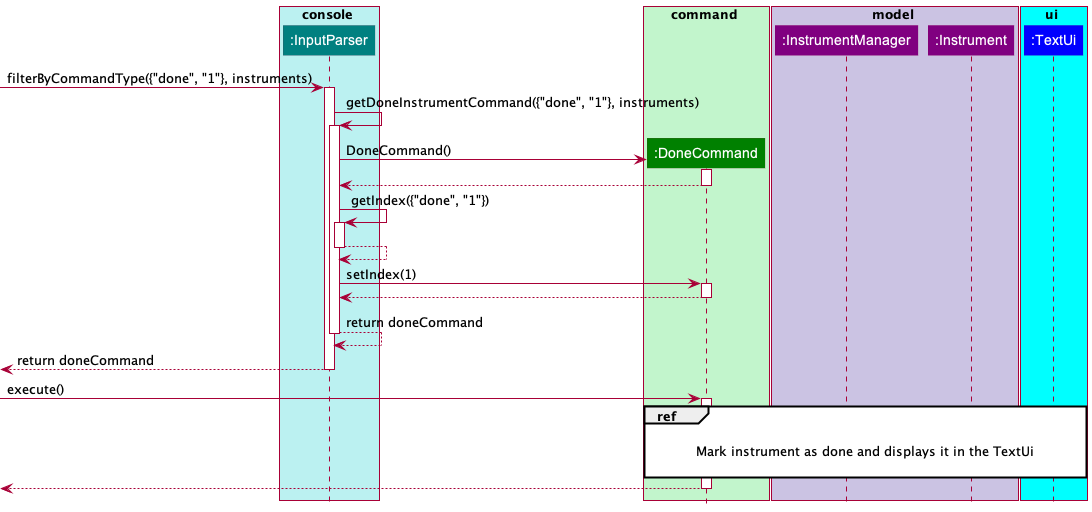
This is docs/images/DoneCryptoSequenceDiagram.png from williamlamjy/mTracker, a PlantUML export, as it was before one commit.
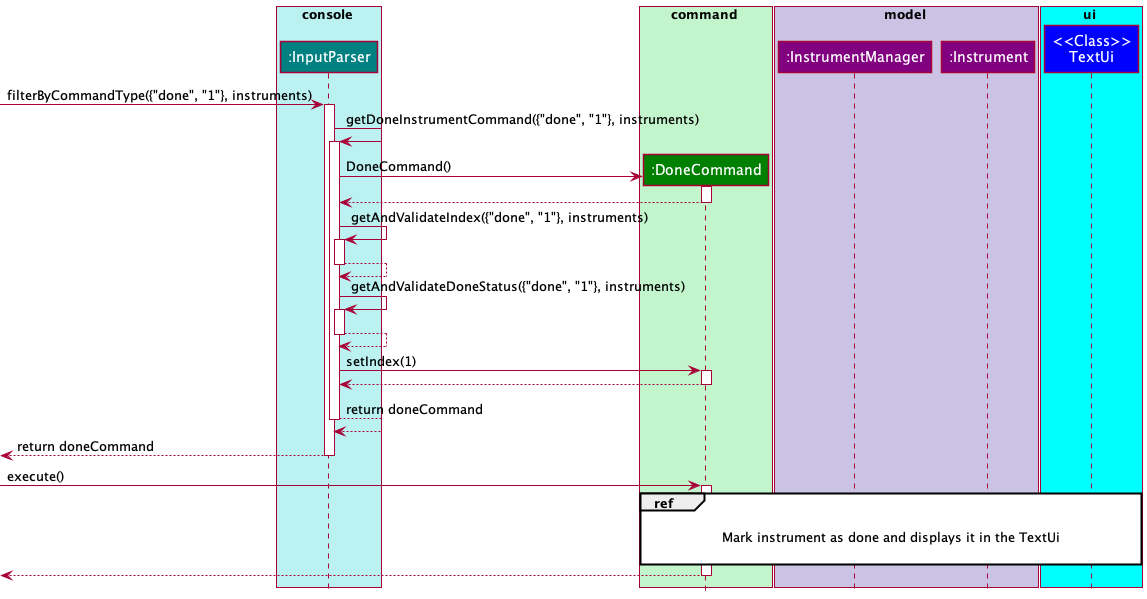
The same file after the commit.

The edit, as a diff of the source:
```diff
@@ -15,7 +15,7 @@
 end box
 
 box ui COLOR_LIGHT_BLUE
-participant ":TextUi" as TextUi COLOR_UI
+participant "<<Class>>\nTextUi" as TextUi COLOR_UI
 end box
 
 
@@ -32,12 +32,17 @@
 DoneCommand --> InputParser
 deactivate DoneCommand
 
-InputParser ->InputParser: getIndex({"done", "1"})
+InputParser-> InputParser: getAndValidateIndex({"done", "1"}, instruments)
 activate InputParser
-InputParser --> InputParser
+InputParser--> InputParser
 deactivate InputParser
 
-InputParser ->DoneCommand: setIndex(1)
+InputParser-> InputParser: getAndValidateDoneStatus({"done", "1"}, instruments)
+activate InputParser
+InputParser--> InputParser
+deactivate InputParser
+
+InputParser->DoneCommand: setIndex(1)
 activate DoneCommand
 
 DoneCommand--> InputParser
```
